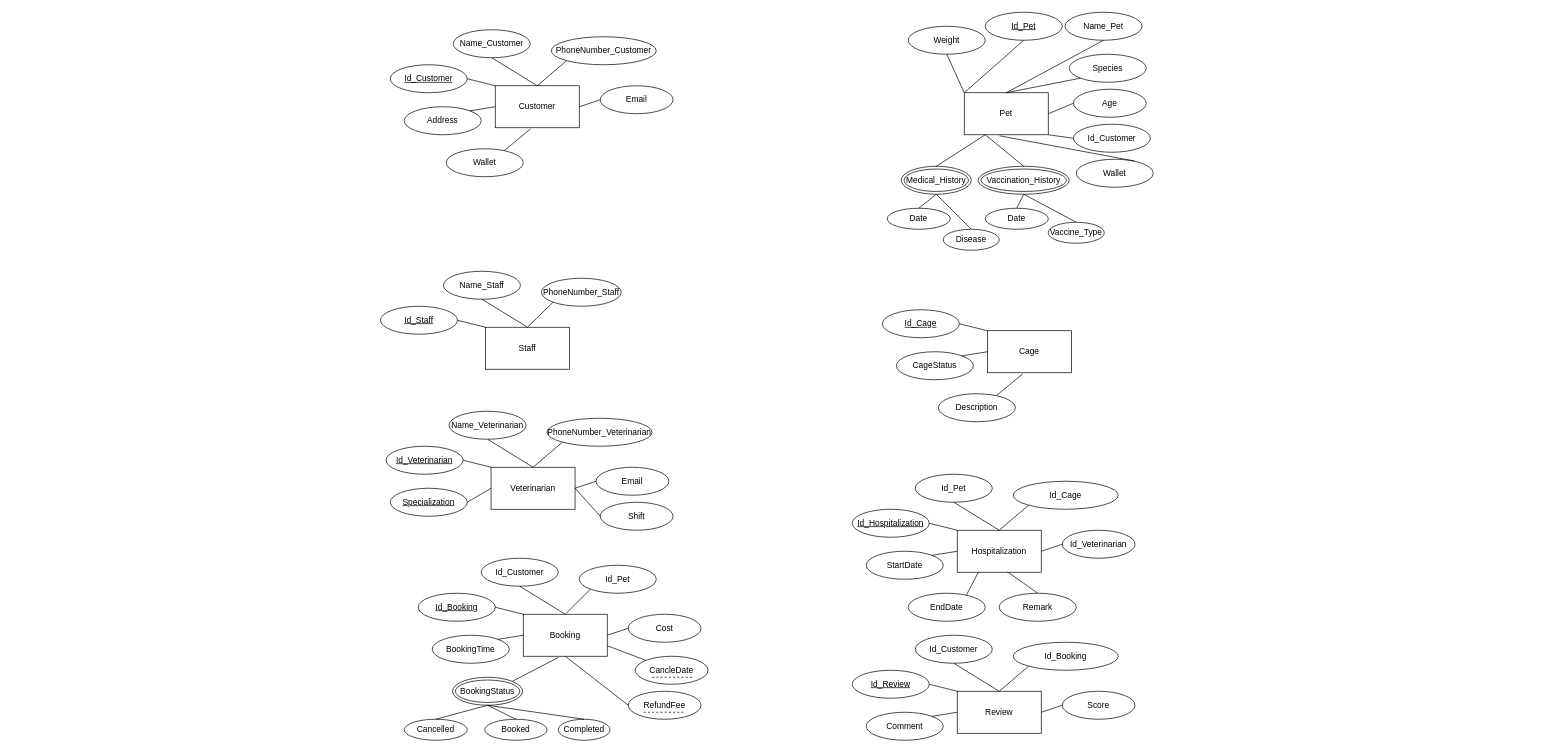
Before: ERDOfProject.drawio in haq1904/PetHealthCareSystemProject, a draw.io diagram. Source tidied: cells renumbered, new cells numbered last; positions are measured from the earlier drawing's top-left corner, leaving out a move shared by most shapes. Both pictures are drawn from the tidied source at 70%, with x=0, y=0 at pixel (380, 12).
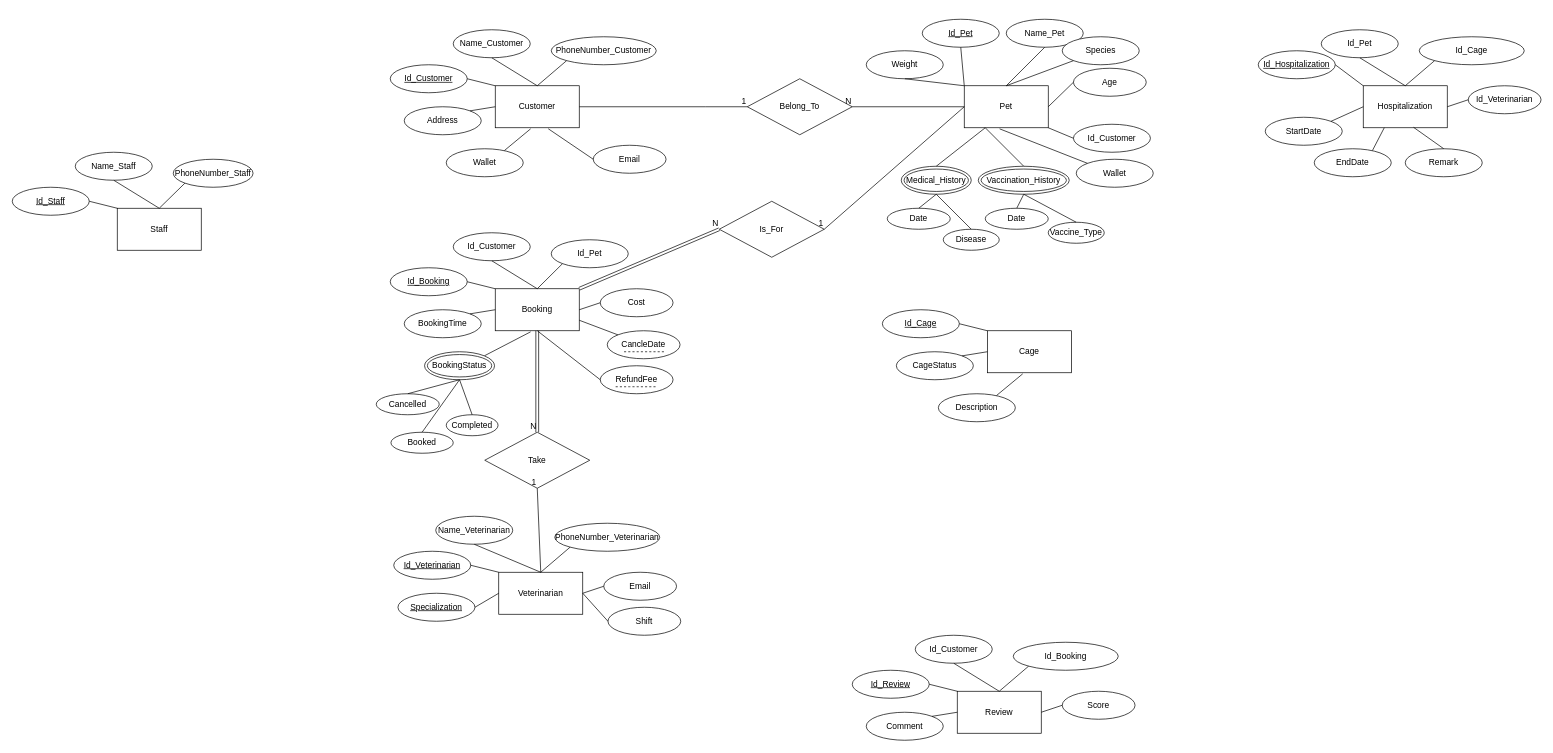
The same diagram, later.

Commit message (it also covers changes not shown here):
Cập nhật ERDOfProject.drawio

The change refers to these unchanged cells:
```xml
<mxCell id="2" value="Customer" style="rounded=0;whiteSpace=wrap;html=1;" parent="1" vertex="1">
  <mxGeometry x="164" y="105" width="120" height="60" as="geometry" />
</mxCell>
<mxCell id="21" value="Wallet" style="ellipse;whiteSpace=wrap;html=1;" parent="1" vertex="1">
  <mxGeometry x="994" y="210" width="110" height="40" as="geometry" />
</mxCell>
```

The edit, as a diff of the source:
```diff
@@
     <mxCell id="7" value="Email" style="ellipse;whiteSpace=wrap;html=1;" parent="1" vertex="1">
-      <mxGeometry x="314" y="105" width="104" height="40" as="geometry" />
+      <mxGeometry x="304" y="190" width="104" height="40" as="geometry" />
     </mxCell>
@@
-    <mxCell id="11" style="endArrow=none;html=1;rounded=0;entryX=1;entryY=0.5;entryDx=0;entryDy=0;exitX=0;exitY=0.5;exitDx=0;exitDy=0;" parent="1" edge="1" source="7" target="2">
+    <mxCell id="11" style="endArrow=none;html=1;rounded=0;entryX=0.631;entryY=1.024;entryDx=0;entryDy=0;exitX=0;exitY=0.5;exitDx=0;exitDy=0;entryPerimeter=0;" parent="1" edge="1" source="7" target="2">
       <mxGeometry relative="1" as="geometry" />
     </mxCell>
@@
     <mxCell id="15" value="Pet" style="rounded=0;whiteSpace=wrap;html=1;" parent="1" vertex="1">
-      <mxGeometry x="834" y="115" width="120" height="60" as="geometry" />
+      <mxGeometry x="834" y="105" width="120" height="60" as="geometry" />
     </mxCell>
     <mxCell id="16" value="&lt;u&gt;Id_Pet&lt;/u&gt;" style="ellipse;whiteSpace=wrap;html=1;" parent="1" vertex="1">
-      <mxGeometry x="864" width="110" height="40" as="geometry" />
+      <mxGeometry x="774" y="10" width="110" height="40" as="geometry" />
     </mxCell>
     <mxCell id="17" value="Weight" style="ellipse;whiteSpace=wrap;html=1;" parent="1" vertex="1">
-      <mxGeometry x="754" y="20" width="110" height="40" as="geometry" />
+      <mxGeometry x="694" y="55" width="110" height="40" as="geometry" />
     </mxCell>
     <mxCell id="18" value="Name_Pet" style="ellipse;whiteSpace=wrap;html=1;" parent="1" vertex="1">
-      <mxGeometry x="978" width="110" height="40" as="geometry" />
+      <mxGeometry x="894" y="10" width="110" height="40" as="geometry" />
     </mxCell>
     <mxCell id="19" value="Species" style="ellipse;whiteSpace=wrap;html=1;" parent="1" vertex="1">
-      <mxGeometry x="984" y="60" width="110" height="40" as="geometry" />
+      <mxGeometry x="974" y="35" width="110" height="40" as="geometry" />
     </mxCell>
     <mxCell id="20" value="Age" style="ellipse;whiteSpace=wrap;html=1;" parent="1" vertex="1">
-      <mxGeometry x="990" y="110" width="104" height="40" as="geometry" />
+      <mxGeometry x="990" y="80" width="104" height="40" as="geometry" />
     </mxCell>
@@
-    <mxCell id="27" style="endArrow=none;html=1;rounded=0;entryX=0.421;entryY=1.026;entryDx=0;entryDy=0;entryPerimeter=0;exitX=0.756;exitY=0.062;exitDx=0;exitDy=0;exitPerimeter=0;" parent="1" edge="1" source="21" target="15">
+    <mxCell id="27" style="endArrow=none;html=1;rounded=0;entryX=0.421;entryY=1.026;entryDx=0;entryDy=0;entryPerimeter=0;exitX=0;exitY=0;exitDx=0;exitDy=0;" parent="1" edge="1" source="21" target="15">
       <mxGeometry relative="1" as="geometry" />
     </mxCell>
@@
     <mxCell id="42" value="Staff" style="rounded=0;whiteSpace=wrap;html=1;" parent="1" vertex="1">
-      <mxGeometry x="150" y="450" width="120" height="60" as="geometry" />
+      <mxGeometry x="-376" y="280" width="120" height="60" as="geometry" />
     </mxCell>
     <mxCell id="43" value="&lt;u&gt;Id_Staff&lt;/u&gt;" style="ellipse;whiteSpace=wrap;html=1;" parent="1" vertex="1">
-      <mxGeometry y="420" width="110" height="40" as="geometry" />
+      <mxGeometry x="-526" y="250" width="110" height="40" as="geometry" />
     </mxCell>
     <mxCell id="44" value="Name_Staff" style="ellipse;whiteSpace=wrap;html=1;" parent="1" vertex="1">
-      <mxGeometry x="90" y="370" width="110" height="40" as="geometry" />
+      <mxGeometry x="-436" y="200" width="110" height="40" as="geometry" />
     </mxCell>
     <mxCell id="45" value="PhoneNumber_Staff" style="ellipse;whiteSpace=wrap;html=1;" parent="1" vertex="1">
-      <mxGeometry x="230" y="380" width="114" height="40" as="geometry" />
+      <mxGeometry x="-296" y="210" width="114" height="40" as="geometry" />
     </mxCell>
@@
     <mxCell id="49" value="Veterinarian" style="rounded=0;whiteSpace=wrap;html=1;" parent="1" vertex="1">
-      <mxGeometry x="158" y="650" width="120" height="60" as="geometry" />
+      <mxGeometry x="169" y="800" width="120" height="60" as="geometry" />
     </mxCell>
     <mxCell id="50" value="&lt;u&gt;Id_Veterinarian&lt;/u&gt;" style="ellipse;whiteSpace=wrap;html=1;" parent="1" vertex="1">
-      <mxGeometry x="8" y="620" width="110" height="40" as="geometry" />
+      <mxGeometry x="19" y="770" width="110" height="40" as="geometry" />
     </mxCell>
     <mxCell id="51" value="Name_Veterinarian" style="ellipse;whiteSpace=wrap;html=1;" parent="1" vertex="1">
-      <mxGeometry x="98" y="570" width="110" height="40" as="geometry" />
+      <mxGeometry x="79" y="720" width="110" height="40" as="geometry" />
     </mxCell>
     <mxCell id="52" value="PhoneNumber_Veterinarian" style="ellipse;whiteSpace=wrap;html=1;" parent="1" vertex="1">
-      <mxGeometry x="238" y="580" width="150" height="40" as="geometry" />
+      <mxGeometry x="249" y="730" width="150" height="40" as="geometry" />
     </mxCell>
     <mxCell id="53" value="Email" style="ellipse;whiteSpace=wrap;html=1;" parent="1" vertex="1">
-      <mxGeometry x="308" y="650" width="104" height="40" as="geometry" />
+      <mxGeometry x="319" y="800" width="104" height="40" as="geometry" />
     </mxCell>
@@
     <mxCell id="59" value="&lt;u&gt;Specialization&lt;/u&gt;" style="ellipse;whiteSpace=wrap;html=1;" parent="1" vertex="1">
-      <mxGeometry x="14" y="680" width="110" height="40" as="geometry" />
+      <mxGeometry x="25" y="830" width="110" height="40" as="geometry" />
     </mxCell>
     <mxCell id="60" value="Booking" style="rounded=0;whiteSpace=wrap;html=1;" parent="1" vertex="1">
-      <mxGeometry x="204" y="860" width="120" height="60" as="geometry" />
+      <mxGeometry x="164" y="395" width="120" height="60" as="geometry" />
     </mxCell>
     <mxCell id="61" value="&lt;u&gt;Id_Booking&lt;/u&gt;" style="ellipse;whiteSpace=wrap;html=1;" parent="1" vertex="1">
-      <mxGeometry x="54" y="830" width="110" height="40" as="geometry" />
+      <mxGeometry x="14" y="365" width="110" height="40" as="geometry" />
     </mxCell>
     <mxCell id="62" value="BookingTime" style="ellipse;whiteSpace=wrap;html=1;" parent="1" vertex="1">
-      <mxGeometry x="74" y="890" width="110" height="40" as="geometry" />
+      <mxGeometry x="34" y="425" width="110" height="40" as="geometry" />
     </mxCell>
     <mxCell id="63" value="Id_Customer" style="ellipse;whiteSpace=wrap;html=1;" parent="1" vertex="1">
-      <mxGeometry x="144" y="780" width="110" height="40" as="geometry" />
+      <mxGeometry x="104" y="315" width="110" height="40" as="geometry" />
     </mxCell>
     <mxCell id="64" value="Id_Pet" style="ellipse;whiteSpace=wrap;html=1;" parent="1" vertex="1">
-      <mxGeometry x="284" y="790" width="110" height="40" as="geometry" />
+      <mxGeometry x="244" y="325" width="110" height="40" as="geometry" />
     </mxCell>
     <mxCell id="65" value="Cost" style="ellipse;whiteSpace=wrap;html=1;" parent="1" vertex="1">
-      <mxGeometry x="354" y="860" width="104" height="40" as="geometry" />
+      <mxGeometry x="314" y="395" width="104" height="40" as="geometry" />
     </mxCell>
@@
     <mxCell id="72" value="Shift" style="ellipse;whiteSpace=wrap;html=1;" parent="1" vertex="1">
-      <mxGeometry x="314" y="700" width="104" height="40" as="geometry" />
+      <mxGeometry x="325" y="850" width="104" height="40" as="geometry" />
     </mxCell>
@@
     <mxCell id="74" value="BookingStatus" style="ellipse;shape=doubleEllipse;whiteSpace=wrap;html=1;" parent="1" vertex="1">
-      <mxGeometry x="103" y="950" width="100" height="40" as="geometry" />
+      <mxGeometry x="63" y="485" width="100" height="40" as="geometry" />
     </mxCell>
     <mxCell id="75" value="Cancelled" style="ellipse;whiteSpace=wrap;html=1;" parent="1" vertex="1">
-      <mxGeometry x="34" y="1010" width="90" height="30" as="geometry" />
+      <mxGeometry x="-6" y="545" width="90" height="30" as="geometry" />
     </mxCell>
     <mxCell id="76" value="Booked" style="ellipse;whiteSpace=wrap;html=1;" parent="1" vertex="1">
-      <mxGeometry x="149" y="1010" width="89" height="30" as="geometry" />
+      <mxGeometry x="15" y="600" width="89" height="30" as="geometry" />
     </mxCell>
     <mxCell id="77" value="Completed" style="ellipse;whiteSpace=wrap;html=1;" parent="1" vertex="1">
-      <mxGeometry x="254" y="1010" width="74" height="30" as="geometry" />
+      <mxGeometry x="94" y="575" width="74" height="30" as="geometry" />
     </mxCell>
@@
     <mxCell id="81" value="CancleDate" style="ellipse;whiteSpace=wrap;html=1;" parent="1" vertex="1">
-      <mxGeometry x="364" y="920" width="104" height="40" as="geometry" />
+      <mxGeometry x="324" y="455" width="104" height="40" as="geometry" />
     </mxCell>
     <mxCell id="82" style="endArrow=none;dashed=1;html=1;rounded=0;" parent="1" edge="1">
       <mxGeometry relative="1" as="geometry">
-        <mxPoint x="388" y="950" as="sourcePoint" />
-        <mxPoint x="448" y="950" as="targetPoint" />
+        <mxPoint x="348" y="485" as="sourcePoint" />
+        <mxPoint x="408" y="485" as="targetPoint" />
         <Array as="points">
-          <mxPoint x="408" y="950" />
+          <mxPoint x="368" y="485" />
         </Array>
       </mxGeometry>
     </mxCell>
@@
     <mxCell id="84" value="RefundFee" style="ellipse;whiteSpace=wrap;html=1;" parent="1" vertex="1">
-      <mxGeometry x="354" y="970" width="104" height="40" as="geometry" />
+      <mxGeometry x="314" y="505" width="104" height="40" as="geometry" />
     </mxCell>
     <mxCell id="85" style="endArrow=none;dashed=1;html=1;rounded=0;" parent="1" edge="1">
       <mxGeometry relative="1" as="geometry">
-        <mxPoint x="376" y="1000" as="sourcePoint" />
-        <mxPoint x="436" y="1000" as="targetPoint" />
+        <mxPoint x="336" y="535" as="sourcePoint" />
+        <mxPoint x="396" y="535" as="targetPoint" />
         <Array as="points">
-          <mxPoint x="396" y="1000" />
+          <mxPoint x="356" y="535" />
         </Array>
       </mxGeometry>
     </mxCell>
@@
     <mxCell id="94" value="Hospitalization" style="rounded=0;whiteSpace=wrap;html=1;" parent="1" vertex="1">
-      <mxGeometry x="824" y="740" width="120" height="60" as="geometry" />
+      <mxGeometry x="1404" y="105" width="120" height="60" as="geometry" />
     </mxCell>
     <mxCell id="95" value="&lt;u&gt;Id_Hospitalization&lt;/u&gt;" style="ellipse;whiteSpace=wrap;html=1;" parent="1" vertex="1">
-      <mxGeometry x="674" y="710" width="110" height="40" as="geometry" />
+      <mxGeometry x="1254" y="55" width="110" height="40" as="geometry" />
     </mxCell>
     <mxCell id="96" value="StartDate" style="ellipse;whiteSpace=wrap;html=1;" parent="1" vertex="1">
-      <mxGeometry x="694" y="770" width="110" height="40" as="geometry" />
+      <mxGeometry x="1264" y="150" width="110" height="40" as="geometry" />
     </mxCell>
     <mxCell id="97" value="Id_Pet" style="ellipse;whiteSpace=wrap;html=1;" parent="1" vertex="1">
-      <mxGeometry x="764" y="660" width="110" height="40" as="geometry" />
+      <mxGeometry x="1344" y="25" width="110" height="40" as="geometry" />
     </mxCell>
     <mxCell id="98" value="Id_Cage" style="ellipse;whiteSpace=wrap;html=1;" parent="1" vertex="1">
-      <mxGeometry x="904" y="670" width="150" height="40" as="geometry" />
+      <mxGeometry x="1484" y="35" width="150" height="40" as="geometry" />
     </mxCell>
     <mxCell id="99" value="Id_Veterinarian" style="ellipse;whiteSpace=wrap;html=1;" parent="1" vertex="1">
-      <mxGeometry x="974" y="740" width="104" height="40" as="geometry" />
+      <mxGeometry x="1554" y="105" width="104" height="40" as="geometry" />
     </mxCell>
     <mxCell id="100" value="EndDate" style="ellipse;whiteSpace=wrap;html=1;" parent="1" vertex="1">
-      <mxGeometry x="754" y="830" width="110" height="40" as="geometry" />
+      <mxGeometry x="1334" y="195" width="110" height="40" as="geometry" />
     </mxCell>
@@
     <mxCell id="107" value="Remark" style="ellipse;whiteSpace=wrap;html=1;" parent="1" vertex="1">
-      <mxGeometry x="884" y="830" width="110" height="40" as="geometry" />
+      <mxGeometry x="1464" y="195" width="110" height="40" as="geometry" />
     </mxCell>
@@
+    <mxCell id="120" value="Belong_To" style="rhombus;whiteSpace=wrap;html=1;" parent="1" vertex="1">
+      <mxGeometry x="524" y="95" width="150" height="80" as="geometry" />
+    </mxCell>
+    <mxCell id="121" style="endArrow=none;html=1;rounded=0;exitX=1;exitY=0.5;exitDx=0;exitDy=0;entryX=0;entryY=0.5;entryDx=0;entryDy=0;" parent="1" edge="1" source="2" target="120">
+      <mxGeometry relative="1" as="geometry">
+        <Array as="points">
+          <mxPoint x="464" y="135" />
+        </Array>
+      </mxGeometry>
+    </mxCell>
+    <mxCell id="122" value="1" style="html=1;whiteSpace=wrap;align=right;verticalAlign=bottom;" parent="121" vertex="1">
+      <mxGeometry x="1" relative="1" as="geometry" />
+    </mxCell>
+    <mxCell id="123" style="endArrow=none;html=1;rounded=0;entryX=1;entryY=0.5;entryDx=0;entryDy=0;exitX=0;exitY=0.5;exitDx=0;exitDy=0;" parent="1" edge="1" source="15" target="120">
+      <mxGeometry relative="1" as="geometry" />
+    </mxCell>
+    <mxCell id="124" value="N" style="html=1;whiteSpace=wrap;align=right;verticalAlign=bottom;" parent="123" vertex="1">
+      <mxGeometry x="1" relative="1" as="geometry" />
+    </mxCell>
+    <mxCell id="125" value="Is_For" style="rhombus;whiteSpace=wrap;html=1;" parent="1" vertex="1">
+      <mxGeometry x="484" y="270" width="150" height="80" as="geometry" />
+    </mxCell>
+    <mxCell id="126" style="endArrow=none;html=1;rounded=0;entryX=1;entryY=0.5;entryDx=0;entryDy=0;exitX=0;exitY=0.5;exitDx=0;exitDy=0;" parent="1" edge="1" source="15" target="125">
+      <mxGeometry relative="1" as="geometry" />
+    </mxCell>
+    <mxCell id="127" value="1" style="html=1;whiteSpace=wrap;align=right;verticalAlign=bottom;" parent="126" vertex="1">
+      <mxGeometry x="1" relative="1" as="geometry" />
+    </mxCell>
+    <mxCell id="128" value="Take" style="rhombus;whiteSpace=wrap;html=1;" parent="1" vertex="1">
+      <mxGeometry x="149" y="600" width="150" height="80" as="geometry" />
+    </mxCell>
+    <mxCell id="129" style="endArrow=none;html=1;rounded=0;exitX=0.5;exitY=0;exitDx=0;exitDy=0;entryX=0.5;entryY=1;entryDx=0;entryDy=0;" parent="1" edge="1" source="49" target="128">
+      <mxGeometry relative="1" as="geometry" />
+    </mxCell>
+    <mxCell id="130" value="1" style="html=1;whiteSpace=wrap;align=right;verticalAlign=bottom;" parent="129" vertex="1">
+      <mxGeometry x="1" relative="1" as="geometry" />
+    </mxCell>
+    <mxCell id="131" style="shape=link;html=1;rounded=0;exitX=1;exitY=0;exitDx=0;exitDy=0;entryX=0;entryY=0.5;entryDx=0;entryDy=0;" parent="1" edge="1" source="60" target="125">
+      <mxGeometry relative="1" as="geometry" />
+    </mxCell>
+    <mxCell id="132" value="N" style="html=1;whiteSpace=wrap;align=right;verticalAlign=bottom;" parent="131" vertex="1">
+      <mxGeometry x="1" relative="1" as="geometry" />
+    </mxCell>
+    <mxCell id="133" style="shape=link;html=1;rounded=0;exitX=0.5;exitY=1;exitDx=0;exitDy=0;entryX=0.5;entryY=0;entryDx=0;entryDy=0;" parent="1" edge="1" source="60" target="128">
+      <mxGeometry relative="1" as="geometry" />
+    </mxCell>
+    <mxCell id="134" value="N" style="html=1;whiteSpace=wrap;align=right;verticalAlign=bottom;" parent="133" vertex="1">
+      <mxGeometry x="1" relative="1" as="geometry" />
+    </mxCell>
```
